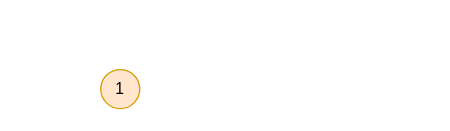
Before: workflow-management-break1.drawio in ThuongHoang456189/prepare-23-05-2023-files, a draw.io diagram. Source tidied: cells renumbered, new cells numbered last; positions are measured from the earlier drawing's top-left corner, leaving out a move shared by most shapes. Both pictures are drawn from the tidied source at 130%, with x=0, y=0 at pixel (100, 69). Pictures stored in the file or linked from it are replaced by grey dashed boxes.
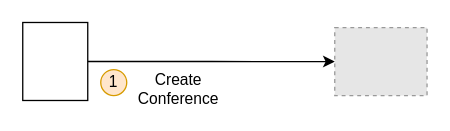
After the change.

The edit, as a diff of the source:
```diff
@@
 <mxGraphModel>
   <root>
     <mxCell id="0" />
     <mxCell id="1" parent="0" />
     <mxCell id="2" value="1" style="ellipse;whiteSpace=wrap;html=1;strokeColor=#d79b00;fillColor=#ffe6cc;" parent="1" vertex="1">
-      <mxGeometry width="30" height="30" as="geometry" />
+      <mxGeometry width="20" height="20" as="geometry" />
     </mxCell>
+    <mxCell id="3" style="fillColor=#E6E6E6;strokeColor=#999999;dashed=1;verticalLabelPosition=bottom;verticalAlign=top;" parent="1" vertex="1">
+      <mxGeometry x="180" y="-32.3" width="71" height="52.3" as="geometry" />
+    </mxCell>
+    <mxCell id="4" style="edgeStyle=orthogonalEdgeStyle;rounded=0;jettySize=auto;html=1;" parent="1" edge="1" source="5" target="3">
+      <mxGeometry relative="1" as="geometry" />
+    </mxCell>
+    <mxCell id="5" style="rounded=0;whiteSpace=wrap;html=1;" parent="1" vertex="1">
+      <mxGeometry x="-60" y="-36.2" width="50" height="60" as="geometry" />
+    </mxCell>
+    <mxCell id="6" value="Create Conference" style="text;html=1;strokeColor=none;fillColor=none;align=center;verticalAlign=middle;whiteSpace=wrap;rounded=0;" parent="1" vertex="1">
+      <mxGeometry x="30" width="60" height="30" as="geometry" />
+    </mxCell>
   </root>
 </mxGraphModel>
```
